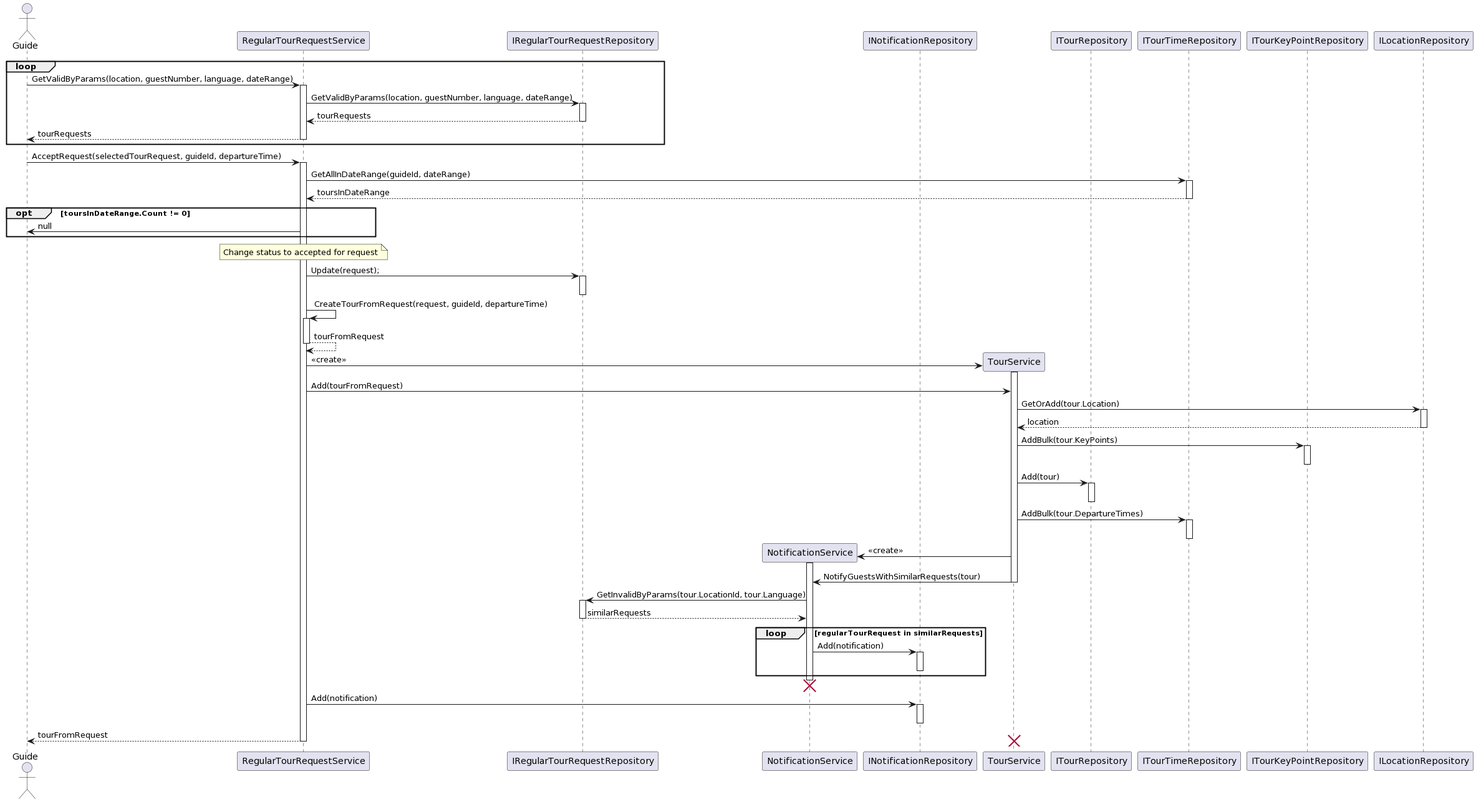
The PlantUML diagram Diagrams/Guide/GuideSequenceDiagram.png in anastano/group-3-team-B, before a commit.
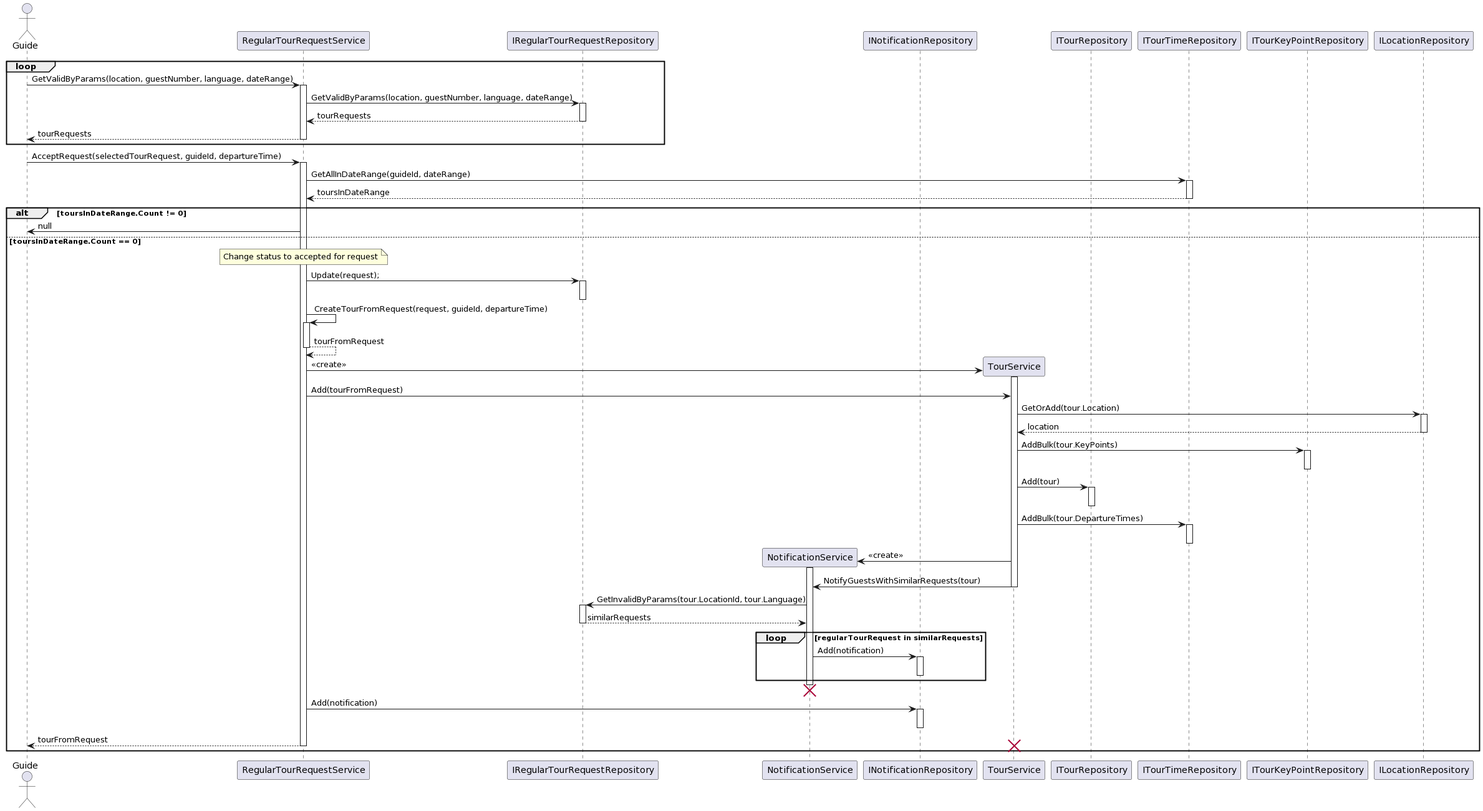
Above is the later version.

Commit message:
Fix Guide Sequence Diagram

Diff of the diagram source:
```diff
@@ -29,9 +29,9 @@
 activate ittr
 ittr --> rtrs : toursInDateRange
 deactivate ittr
-opt toursInDateRange.Count != 0
+alt toursInDateRange.Count != 0
  rtrs -> Guide : null
-end
+else toursInDateRange.Count == 0
 
 note over rtrs
  Change status to accepted for request
@@ -82,4 +82,5 @@
 deactivate rtrs
 
 destroy ts
+end
 @enduml
```
